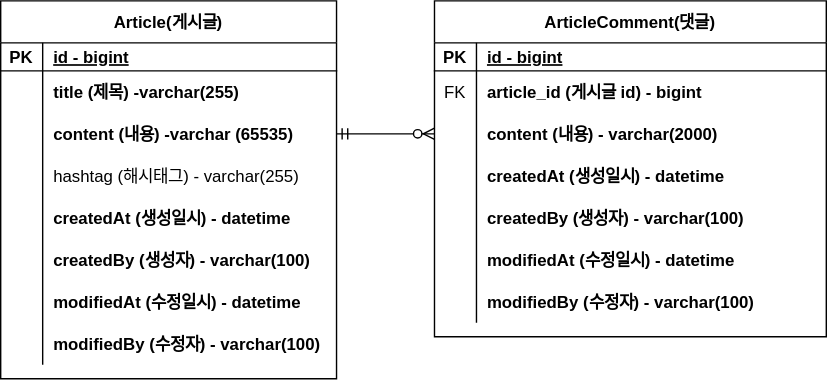
This is document/project-board-erd.svg from leejihoon0128/Fastcampus-project-board, a draw.io export, as it was before one commit. Source tidied: cells renumbered, new cells last; positions are measured from the earlier drawing's top-left corner, leaving out a move shared by most shapes.
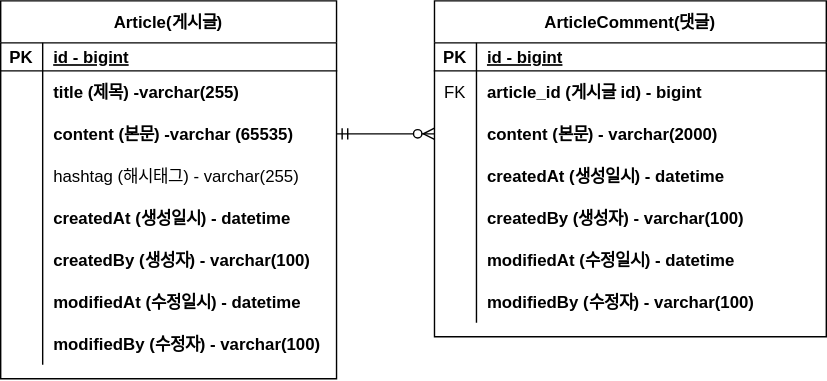
After the commit.

Commit message:
#9- ERD 주석 업데이트 project-board-erd.svg

Change to the diagram source:
```diff
@@ -29,7 +29,7 @@
     <mxCell id="10" style="shape=partialRectangle;fillColor=none;top=0;left=0;bottom=0;right=0;overflow=hidden;" parent="9" vertex="1">
       <mxGeometry width="30" height="30" as="geometry" />
     </mxCell>
-    <mxCell id="11" value="content (내용) -varchar (65535)" style="shape=partialRectangle;fillColor=none;top=0;left=0;bottom=0;right=0;align=left;spacingLeft=6;overflow=hidden;fontStyle=1;" parent="9" vertex="1">
+    <mxCell id="11" value="content (본문) -varchar (65535)" style="shape=partialRectangle;fillColor=none;top=0;left=0;bottom=0;right=0;align=left;spacingLeft=6;overflow=hidden;fontStyle=1;" parent="9" vertex="1">
       <mxGeometry x="30" width="210" height="30" as="geometry" />
     </mxCell>
     <mxCell id="12" style="shape=tableRow;horizontal=0;startSize=0;swimlaneHead=0;swimlaneBody=0;fillColor=none;top=0;left=0;right=0;bottom=0;" parent="2" vertex="1">
@@ -104,7 +104,7 @@
     <mxCell id="35" style="shape=partialRectangle;fillColor=none;top=0;left=0;bottom=0;right=0;overflow=hidden;" parent="34" vertex="1">
       <mxGeometry width="30" height="30" as="geometry" />
     </mxCell>
-    <mxCell id="36" value="content (내용) - varchar(2000)" style="shape=partialRectangle;fillColor=none;top=0;left=0;bottom=0;right=0;align=left;spacingLeft=6;overflow=hidden;fontStyle=1;" parent="34" vertex="1">
+    <mxCell id="36" value="content (본문) - varchar(2000)" style="shape=partialRectangle;fillColor=none;top=0;left=0;bottom=0;right=0;align=left;spacingLeft=6;overflow=hidden;fontStyle=1;" parent="34" vertex="1">
       <mxGeometry x="30" width="250" height="30" as="geometry" />
     </mxCell>
     <mxCell id="37" style="shape=tableRow;horizontal=0;startSize=0;swimlaneHead=0;swimlaneBody=0;fillColor=none;top=0;left=0;right=0;bottom=0;" parent="27" vertex="1">
```
